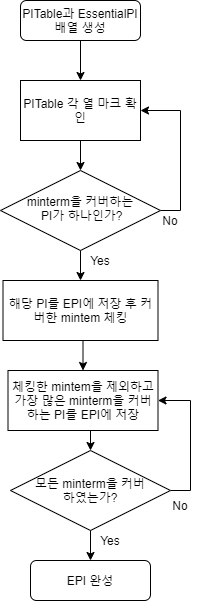
Earlier version of the draw.io export 순서도/EPI.png (aaron-rev/QuinMc_C2Plus). Source tidied: cells renumbered, new cells last; positions are measured from the earlier drawing's top-left corner, leaving out a move shared by most shapes.
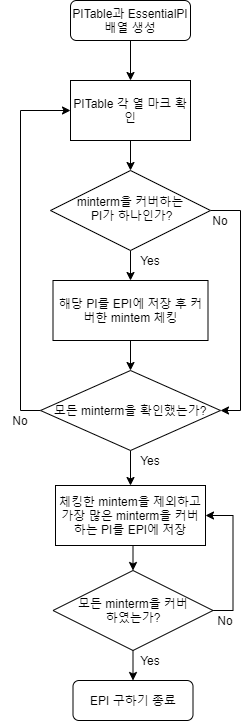
The same diagram one commit later.

Change to the diagram source:
```diff
@@ -11,7 +11,7 @@
     <mxCell id="4" style="edgeStyle=orthogonalEdgeStyle;rounded=0;jettySize=auto;html=1;exitX=0.5;exitY=1;exitDx=0;exitDy=0;entryX=0.5;entryY=0;entryDx=0;entryDy=0;" parent="1" edge="1" source="6" target="10">
       <mxGeometry relative="1" as="geometry" />
     </mxCell>
-    <mxCell id="5" style="edgeStyle=orthogonalEdgeStyle;rounded=0;jettySize=auto;html=1;exitX=1;exitY=0.5;exitDx=0;exitDy=0;entryX=1;entryY=0.5;entryDx=0;entryDy=0;" parent="1" edge="1" source="6" target="8">
+    <mxCell id="5" style="edgeStyle=orthogonalEdgeStyle;rounded=0;jettySize=auto;html=1;exitX=1;exitY=0.5;exitDx=0;exitDy=0;entryX=1;entryY=0.5;entryDx=0;entryDy=0;" parent="1" edge="1" source="6" target="24">
       <mxGeometry relative="1" as="geometry" />
     </mxCell>
     <mxCell id="6" value="minterm을 커버하는&lt;br&gt;&amp;nbsp;PI가 하나인가?" style="rhombus;whiteSpace=wrap;html=1;shadow=0;fontFamily=Helvetica;fontSize=12;align=center;strokeWidth=1;spacing=6;spacingTop=-4;" parent="1" vertex="1">
@@ -23,9 +23,9 @@
     <mxCell id="8" value="PITable 각 열 마크 확인" style="rounded=0;whiteSpace=wrap;html=1;" parent="1" vertex="1">
       <mxGeometry x="20" y="80" width="120" height="60" as="geometry" />
     </mxCell>
-    <mxCell id="9" style="edgeStyle=orthogonalEdgeStyle;rounded=0;jettySize=auto;html=1;exitX=0.5;exitY=1;exitDx=0;exitDy=0;entryX=0.5;entryY=0;entryDx=0;entryDy=0;" parent="1" edge="1" source="10" target="12">
-      <mxGeometry relative="1" as="geometry" />
-    </mxCell>
+    <mxCell id="21" style="edgeStyle=orthogonalEdgeStyle;rounded=0;jettySize=auto;html=1;exitX=0.5;exitY=1;exitDx=0;exitDy=0;entryX=0.5;entryY=0;entryDx=0;entryDy=0;" parent="1" edge="1" source="10" target="24">
+      <mxGeometry relative="1" as="geometry" />
+    </mxCell>
     <mxCell id="10" value="해당 PI를 EPI에 저장 후 커버한 mintem 체킹" style="rounded=0;whiteSpace=wrap;html=1;" parent="1" vertex="1">
       <mxGeometry x="2.5" y="280" width="155" height="60" as="geometry" />
     </mxCell>
@@ -33,7 +33,7 @@
       <mxGeometry relative="1" as="geometry" />
     </mxCell>
     <mxCell id="12" value="체킹한 mintem을 제외하고 가장 많은 minterm을 커버하는 PI를 EPI에 저장" style="rounded=0;whiteSpace=wrap;html=1;" parent="1" vertex="1">
-      <mxGeometry x="7.5" y="370" width="150" height="60" as="geometry" />
+      <mxGeometry x="5" y="485" width="150" height="60" as="geometry" />
     </mxCell>
     <mxCell id="13" style="edgeStyle=orthogonalEdgeStyle;rounded=0;jettySize=auto;html=1;exitX=1;exitY=0.5;exitDx=0;exitDy=0;entryX=1;entryY=0.5;entryDx=0;entryDy=0;" parent="1" edge="1" source="15" target="12">
       <mxGeometry relative="1" as="geometry" />
@@ -42,10 +42,10 @@
       <mxGeometry relative="1" as="geometry" />
     </mxCell>
     <mxCell id="15" value="모든 minterm을 커버&lt;br&gt;하였는가?" style="rhombus;whiteSpace=wrap;html=1;" parent="1" vertex="1">
-      <mxGeometry x="10" y="450" width="160" height="80" as="geometry" />
+      <mxGeometry x="2.5" y="570" width="160" height="80" as="geometry" />
     </mxCell>
-    <mxCell id="16" value="EPI 완성" style="rounded=1;whiteSpace=wrap;html=1;" parent="1" vertex="1">
-      <mxGeometry x="30" y="560" width="120" height="40" as="geometry" />
+    <mxCell id="16" value="EPI 구하기 종료" style="rounded=1;whiteSpace=wrap;html=1;" parent="1" vertex="1">
+      <mxGeometry x="22.5" y="680" width="120" height="40" as="geometry" />
     </mxCell>
     <mxCell id="17" value="Yes" style="text;html=1;strokeColor=none;fillColor=none;align=center;verticalAlign=middle;whiteSpace=wrap;rounded=0;" parent="1" vertex="1">
       <mxGeometry x="80" y="250" width="40" height="20" as="geometry" />
@@ -54,10 +54,25 @@
       <mxGeometry x="150" y="210" width="40" height="20" as="geometry" />
     </mxCell>
     <mxCell id="19" value="Yes" style="text;html=1;strokeColor=none;fillColor=none;align=center;verticalAlign=middle;whiteSpace=wrap;rounded=0;" parent="1" vertex="1">
-      <mxGeometry x="90" y="530" width="40" height="20" as="geometry" />
+      <mxGeometry x="80" y="450" width="40" height="20" as="geometry" />
     </mxCell>
     <mxCell id="20" value="No" style="text;html=1;strokeColor=none;fillColor=none;align=center;verticalAlign=middle;whiteSpace=wrap;rounded=0;" parent="1" vertex="1">
-      <mxGeometry x="160" y="495" width="40" height="20" as="geometry" />
+      <mxGeometry x="155" y="610" width="40" height="20" as="geometry" />
     </mxCell>
+    <mxCell id="22" style="edgeStyle=orthogonalEdgeStyle;rounded=0;jettySize=auto;html=1;exitX=0;exitY=0.5;exitDx=0;exitDy=0;entryX=0;entryY=0.5;entryDx=0;entryDy=0;" parent="1" edge="1" source="24" target="8">
+      <mxGeometry relative="1" as="geometry" />
+    </mxCell>
+    <mxCell id="23" style="edgeStyle=orthogonalEdgeStyle;rounded=0;jettySize=auto;html=1;exitX=0.5;exitY=1;exitDx=0;exitDy=0;entryX=0.5;entryY=0;entryDx=0;entryDy=0;" parent="1" edge="1" source="24" target="12">
+      <mxGeometry relative="1" as="geometry" />
+    </mxCell>
+    <mxCell id="24" value="모든 minterm을 확인했는가?" style="rhombus;whiteSpace=wrap;html=1;" parent="1" vertex="1">
+      <mxGeometry x="-10" y="370" width="180" height="80" as="geometry" />
+    </mxCell>
+    <mxCell id="25" value="No" style="text;html=1;strokeColor=none;fillColor=none;align=center;verticalAlign=middle;whiteSpace=wrap;rounded=0;" parent="1" vertex="1">
+      <mxGeometry x="-50" y="410" width="40" height="20" as="geometry" />
+    </mxCell>
+    <mxCell id="26" value="Yes" style="text;html=1;strokeColor=none;fillColor=none;align=center;verticalAlign=middle;whiteSpace=wrap;rounded=0;" parent="1" vertex="1">
+      <mxGeometry x="80" y="650" width="40" height="20" as="geometry" />
+    </mxCell>
   </root>
 </mxGraphModel>
```
